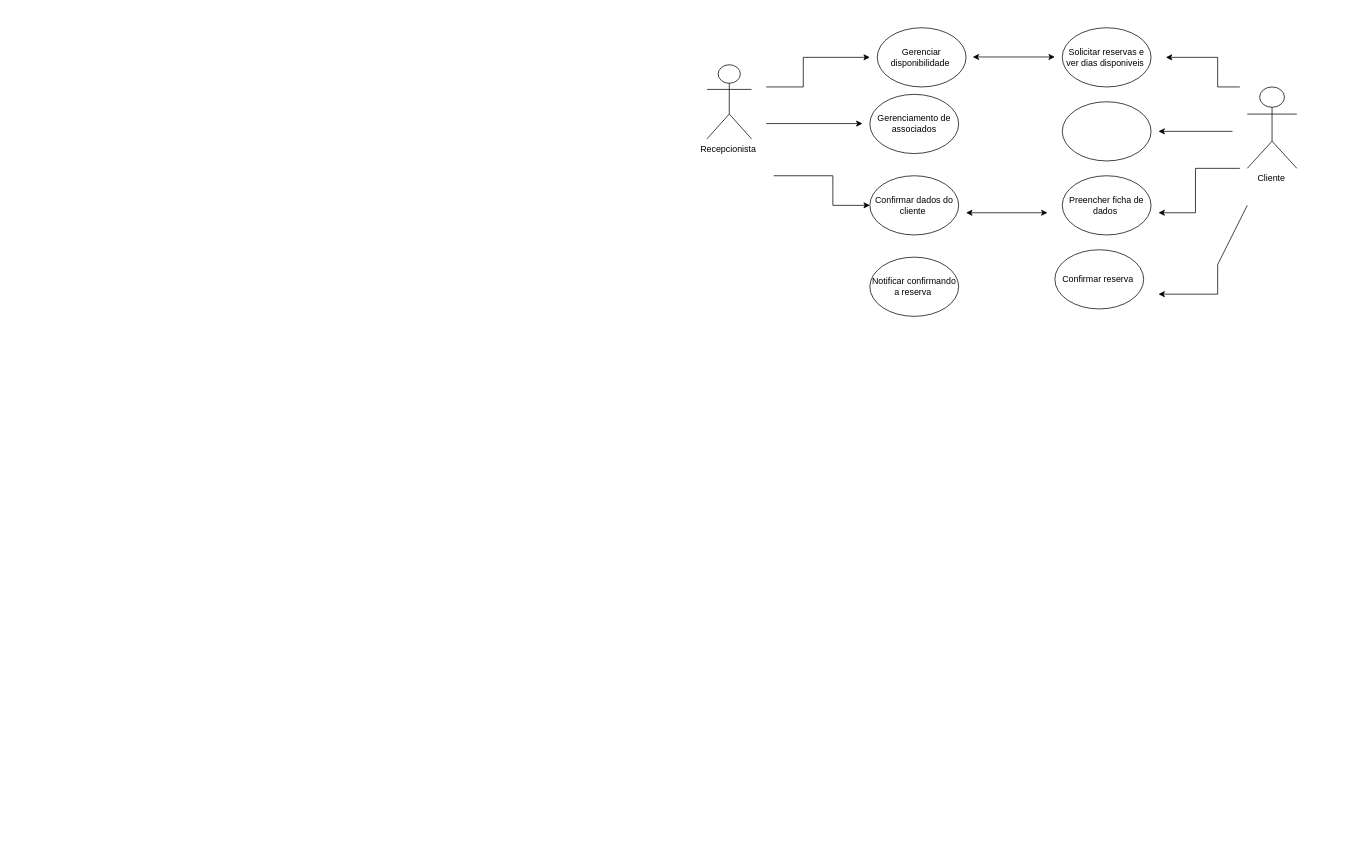
Above: page "Página-3" (3 of 3) of Diagrama aula.drawio in maysa158/diagramasderequisitos (draw.io), before the change. Source tidied: cells renumbered, new cells numbered last; positions are measured from the earlier drawing's top-left corner, leaving out a move shared by most shapes. Both pictures are drawn from the tidied source at 74%, with x=0, y=0 at pixel (707, 27).
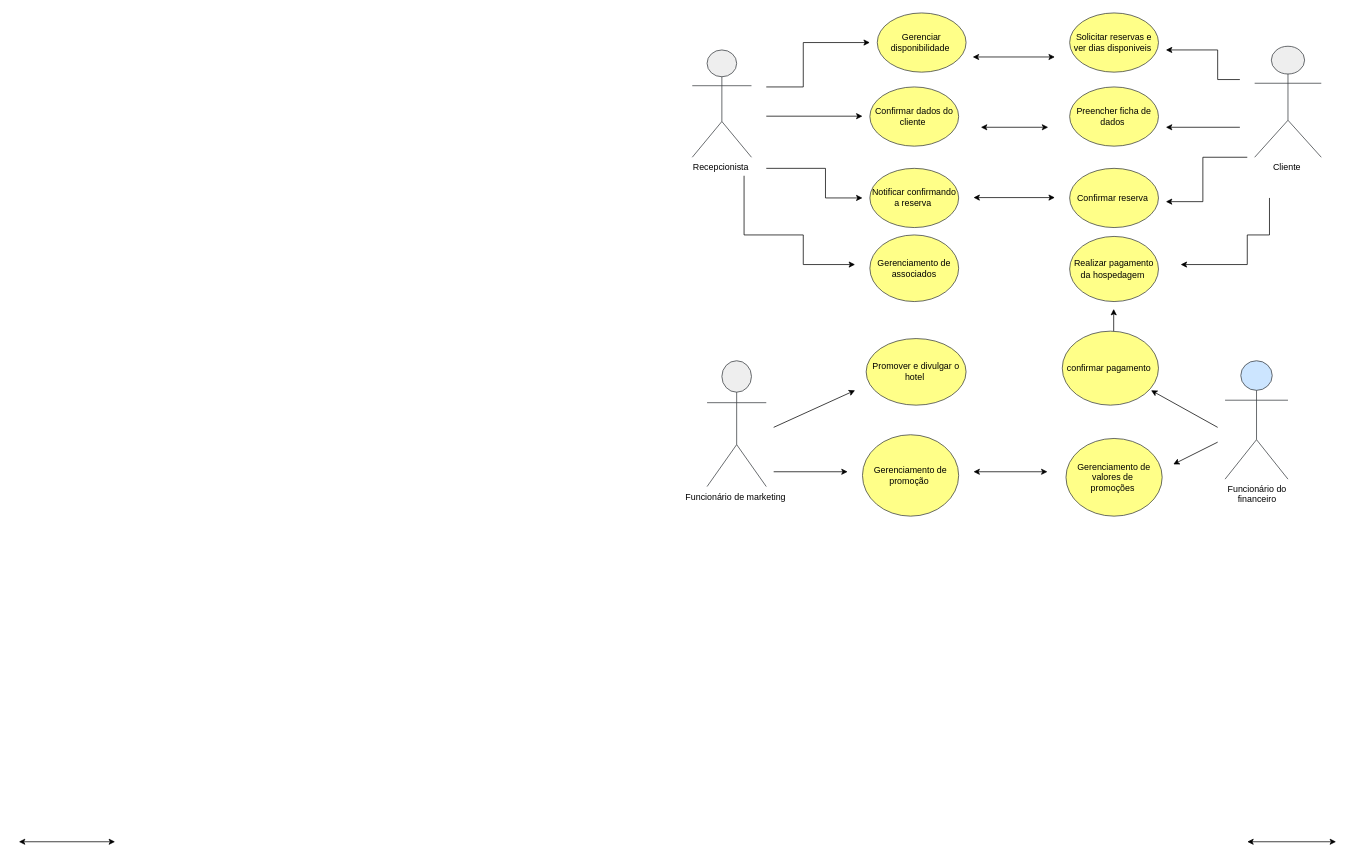
The same diagram, later.

What changed in the source:
```diff
@@
-    <mxCell id="2" value="Recepcionista&amp;nbsp;" style="shape=umlActor;verticalLabelPosition=bottom;verticalAlign=top;html=1;" parent="1" vertex="1">
-      <mxGeometry y="50" width="60" height="100" as="geometry" />
+    <mxCell id="2" value="Recepcionista&amp;nbsp;" style="shape=umlActor;verticalLabelPosition=bottom;verticalAlign=top;html=1;fillColor=#eeeeee;strokeColor=#36393d;" parent="1" vertex="1">
+      <mxGeometry x="-20" y="30" width="80" height="145" as="geometry" />
     </mxCell>
     <mxCell id="3" style="endArrow=classic;html=1;rounded=0;" parent="1" edge="1">
       <mxGeometry relative="1" as="geometry">
         <mxPoint x="80" y="80" as="sourcePoint" />
-        <mxPoint x="220" y="40" as="targetPoint" />
+        <mxPoint x="220" y="20" as="targetPoint" />
         <Array as="points">
           <mxPoint x="130" y="80" />
-          <mxPoint x="130" y="40" />
+          <mxPoint x="130" y="20" />
         </Array>
       </mxGeometry>
     </mxCell>
-    <mxCell id="4" value="Gerenciar disponibilidade&amp;nbsp;" style="ellipse;whiteSpace=wrap;html=1;" parent="1" vertex="1">
-      <mxGeometry x="230" width="120" height="80" as="geometry" />
+    <mxCell id="4" value="Gerenciar disponibilidade&amp;nbsp;" style="ellipse;whiteSpace=wrap;html=1;fillColor=#ffff88;strokeColor=#36393d;" parent="1" vertex="1">
+      <mxGeometry x="230" y="-20" width="120" height="80" as="geometry" />
     </mxCell>
     <mxCell id="5" style="endArrow=classic;html=1;rounded=0;" parent="1" edge="1">
       <mxGeometry relative="1" as="geometry">
-        <mxPoint x="80" y="129.5" as="sourcePoint" />
-        <mxPoint x="210" y="129.5" as="targetPoint" />
+        <mxPoint x="80" y="119.5" as="sourcePoint" />
+        <mxPoint x="210" y="119.5" as="targetPoint" />
       </mxGeometry>
     </mxCell>
-    <mxCell id="6" value="Gerenciamento de associados" style="ellipse;whiteSpace=wrap;html=1;" parent="1" vertex="1">
-      <mxGeometry x="220" y="90" width="120" height="80" as="geometry" />
+    <mxCell id="6" value="Gerenciamento de associados" style="ellipse;whiteSpace=wrap;html=1;fillColor=#ffff88;strokeColor=#36393d;" parent="1" vertex="1">
+      <mxGeometry x="220" y="280" width="120" height="90" as="geometry" />
     </mxCell>
     <mxCell id="7" style="endArrow=classic;html=1;rounded=0;" parent="1" edge="1">
       <mxGeometry relative="1" as="geometry">
-        <mxPoint x="90" y="200" as="sourcePoint" />
-        <mxPoint x="220" y="240" as="targetPoint" />
+        <mxPoint x="80" y="190" as="sourcePoint" />
+        <mxPoint x="210" y="230" as="targetPoint" />
         <Array as="points">
-          <mxPoint x="170" y="200" />
-          <mxPoint x="170" y="240" />
+          <mxPoint x="160" y="190" />
+          <mxPoint x="160" y="230" />
         </Array>
       </mxGeometry>
     </mxCell>
-    <mxCell id="8" value="Confirmar dados do cliente&amp;nbsp;" style="ellipse;whiteSpace=wrap;html=1;" parent="1" vertex="1">
-      <mxGeometry x="220" y="200" width="120" height="80" as="geometry" />
+    <mxCell id="8" value="Confirmar dados do cliente&amp;nbsp;" style="ellipse;whiteSpace=wrap;html=1;fillColor=#ffff88;strokeColor=#36393d;" parent="1" vertex="1">
+      <mxGeometry x="220" y="80" width="120" height="80" as="geometry" />
     </mxCell>
-    <mxCell id="9" value="Cliente&amp;nbsp;" style="shape=umlActor;verticalLabelPosition=bottom;verticalAlign=top;html=1;" parent="1" vertex="1">
-      <mxGeometry x="730" y="80" width="67" height="110" as="geometry" />
+    <mxCell id="9" value="Cliente&amp;nbsp;" style="shape=umlActor;verticalLabelPosition=bottom;verticalAlign=top;html=1;fillColor=#eeeeee;strokeColor=#36393d;" parent="1" vertex="1">
+      <mxGeometry x="740" y="25" width="90" height="150" as="geometry" />
     </mxCell>
     <mxCell id="10" style="endArrow=classic;html=1;rounded=0;" parent="1" edge="1">
       <mxGeometry relative="1" as="geometry">
-        <mxPoint x="720" y="80" as="sourcePoint" />
-        <mxPoint x="620" y="40" as="targetPoint" />
+        <mxPoint x="720" y="70" as="sourcePoint" />
+        <mxPoint x="620" y="30" as="targetPoint" />
         <Array as="points">
-          <mxPoint x="690" y="80" />
-          <mxPoint x="690" y="40" />
+          <mxPoint x="690" y="70" />
+          <mxPoint x="690" y="30" />
         </Array>
       </mxGeometry>
     </mxCell>
-    <mxCell id="11" value="Solicitar reservas e ver dias disponiveis&amp;nbsp;" style="ellipse;whiteSpace=wrap;html=1;" parent="1" vertex="1">
-      <mxGeometry x="480" width="120" height="80" as="geometry" />
+    <mxCell id="11" value="Solicitar reservas e ver dias disponiveis&amp;nbsp;" style="ellipse;whiteSpace=wrap;html=1;fillColor=#ffff88;strokeColor=#36393d;" parent="1" vertex="1">
+      <mxGeometry x="490" y="-20" width="120" height="80" as="geometry" />
     </mxCell>
     <mxCell id="12" style="endArrow=classic;html=1;rounded=0;" parent="1" edge="1">
       <mxGeometry relative="1" as="geometry">
-        <mxPoint x="720" y="190" as="sourcePoint" />
-        <mxPoint x="610" y="250" as="targetPoint" />
+        <mxPoint x="730" y="175" as="sourcePoint" />
+        <mxPoint x="620" y="235" as="targetPoint" />
         <Array as="points">
-          <mxPoint x="660" y="190" />
-          <mxPoint x="660" y="250" />
+          <mxPoint x="670" y="175" />
+          <mxPoint x="670" y="235" />
         </Array>
       </mxGeometry>
     </mxCell>
     <mxCell id="13" style="endArrow=classic;html=1;rounded=0;" parent="1" edge="1">
       <mxGeometry relative="1" as="geometry">
-        <mxPoint x="710" y="140" as="sourcePoint" />
-        <mxPoint x="610" y="140" as="targetPoint" />
+        <mxPoint x="720" y="134.5" as="sourcePoint" />
+        <mxPoint x="620" y="134.5" as="targetPoint" />
       </mxGeometry>
     </mxCell>
-    <mxCell id="14" style="ellipse;whiteSpace=wrap;html=1;" parent="1" vertex="1">
-      <mxGeometry x="480" y="100" width="120" height="80" as="geometry" />
-    </mxCell>
-    <mxCell id="15" value="Preencher ficha de dados&amp;nbsp;" style="ellipse;whiteSpace=wrap;html=1;" parent="1" vertex="1">
-      <mxGeometry x="480" y="200" width="120" height="80" as="geometry" />
+    <mxCell id="15" value="Preencher ficha de dados&amp;nbsp;" style="ellipse;whiteSpace=wrap;html=1;fillColor=#ffff88;strokeColor=#36393d;" parent="1" vertex="1">
+      <mxGeometry x="490" y="80" width="120" height="80" as="geometry" />
     </mxCell>
@@
     <mxCell id="17" style="endArrow=classic;startArrow=classic;html=1;rounded=0;" parent="1" edge="1">
       <mxGeometry relative="1" as="geometry">
-        <mxPoint x="350" y="250" as="sourcePoint" />
-        <mxPoint x="460" y="250" as="targetPoint" />
+        <mxPoint x="360" y="229.5" as="sourcePoint" />
+        <mxPoint x="470" y="229.5" as="targetPoint" />
       </mxGeometry>
     </mxCell>
-    <mxCell id="18" value="Confirmar reserva&amp;nbsp;" style="ellipse;whiteSpace=wrap;html=1;" parent="1" vertex="1">
-      <mxGeometry x="470" y="300" width="120" height="80" as="geometry" />
+    <mxCell id="18" value="Confirmar reserva&amp;nbsp;" style="ellipse;whiteSpace=wrap;html=1;fillColor=#ffff88;strokeColor=#36393d;" parent="1" vertex="1">
+      <mxGeometry x="490" y="190" width="120" height="80" as="geometry" />
     </mxCell>
-    <mxCell id="19" style="endArrow=classic;html=1;rounded=0;" parent="1" edge="1">
-      <mxGeometry relative="1" as="geometry">
-        <mxPoint x="730" y="240" as="sourcePoint" />
-        <mxPoint x="610" y="360" as="targetPoint" />
-        <Array as="points">
-          <mxPoint x="690" y="320" />
-          <mxPoint x="690" y="360" />
-        </Array>
-      </mxGeometry>
-    </mxCell>
-    <mxCell id="20" value="Notificar confirmando a reserva&amp;nbsp;" style="ellipse;whiteSpace=wrap;html=1;" parent="1" vertex="1">
-      <mxGeometry x="220" y="310" width="120" height="80" as="geometry" />
+    <mxCell id="20" value="Notificar confirmando a reserva&amp;nbsp;" style="ellipse;whiteSpace=wrap;html=1;fillColor=#ffff88;strokeColor=#36393d;" parent="1" vertex="1">
+      <mxGeometry x="220" y="190" width="120" height="80" as="geometry" />
     </mxCell>
+    <mxCell id="21" style="endArrow=classic;startArrow=classic;html=1;rounded=0;" parent="1" edge="1">
+      <mxGeometry relative="1" as="geometry">
+        <mxPoint x="370" y="134.5" as="sourcePoint" />
+        <mxPoint x="461" y="134.5" as="targetPoint" />
+      </mxGeometry>
+    </mxCell>
+    <mxCell id="22" style="endArrow=classic;html=1;rounded=0;" parent="1" edge="1">
+      <mxGeometry relative="1" as="geometry">
+        <mxPoint x="50" y="200" as="sourcePoint" />
+        <mxPoint x="200" y="320" as="targetPoint" />
+        <Array as="points">
+          <mxPoint x="50" y="280" />
+          <mxPoint x="130" y="280" />
+          <mxPoint x="130" y="320" />
+        </Array>
+      </mxGeometry>
+    </mxCell>
+    <mxCell id="23" value="Funcionário de marketing&amp;nbsp;" style="shape=umlActor;verticalLabelPosition=bottom;verticalAlign=top;html=1;fillColor=#eeeeee;strokeColor=#36393d;" parent="1" vertex="1">
+      <mxGeometry y="450" width="80" height="170" as="geometry" />
+    </mxCell>
+    <mxCell id="24" value="Funcionário do&lt;div&gt;&amp;nbsp;financeiro&amp;nbsp;&lt;/div&gt;" style="shape=umlActor;verticalLabelPosition=bottom;verticalAlign=top;html=1;fillColor=#cce5ff;strokeColor=#36393d;" parent="1" vertex="1">
+      <mxGeometry x="700" y="450" width="85" height="160" as="geometry" />
+    </mxCell>
+    <mxCell id="25" value="confirmar pagamento&amp;nbsp;" style="ellipse;whiteSpace=wrap;html=1;fillColor=#ffff88;strokeColor=#36393d;" parent="1" vertex="1">
+      <mxGeometry x="480" y="410" width="130" height="100" as="geometry" />
+    </mxCell>
+    <mxCell id="26" style="endArrow=classic;html=1;rounded=0;" parent="1" edge="1">
+      <mxGeometry relative="1" as="geometry">
+        <mxPoint x="690" y="540" as="sourcePoint" />
+        <mxPoint x="600" y="490" as="targetPoint" />
+      </mxGeometry>
+    </mxCell>
+    <mxCell id="27" value="Realizar pagamento da hospedagem&amp;nbsp;" style="ellipse;whiteSpace=wrap;html=1;fillColor=#ffff88;strokeColor=#36393d;" parent="1" vertex="1">
+      <mxGeometry x="490" y="282" width="120" height="88" as="geometry" />
+    </mxCell>
+    <mxCell id="28" style="endArrow=classic;html=1;rounded=0;" parent="1" edge="1">
+      <mxGeometry relative="1" as="geometry">
+        <mxPoint x="549.5" y="410" as="sourcePoint" />
+        <mxPoint x="549.5" y="380" as="targetPoint" />
+      </mxGeometry>
+    </mxCell>
+    <mxCell id="29" style="endArrow=classic;html=1;rounded=0;" parent="1" edge="1">
+      <mxGeometry relative="1" as="geometry">
+        <mxPoint x="760" y="230" as="sourcePoint" />
+        <mxPoint x="640" y="320" as="targetPoint" />
+        <Array as="points">
+          <mxPoint x="760" y="280" />
+          <mxPoint x="730" y="280" />
+          <mxPoint x="730" y="320" />
+        </Array>
+      </mxGeometry>
+    </mxCell>
+    <mxCell id="30" style="endArrow=classic;startArrow=classic;html=1;rounded=0;" parent="1" edge="1">
+      <mxGeometry relative="1" as="geometry">
+        <mxPoint x="730" y="1100" as="sourcePoint" />
+        <mxPoint x="850" y="1100" as="targetPoint" />
+      </mxGeometry>
+    </mxCell>
+    <mxCell id="31" style="endArrow=classic;startArrow=classic;html=1;rounded=0;" parent="1" edge="1">
+      <mxGeometry relative="1" as="geometry">
+        <mxPoint x="-930" y="1100" as="sourcePoint" />
+        <mxPoint x="-800" y="1100" as="targetPoint" />
+      </mxGeometry>
+    </mxCell>
+    <mxCell id="32" style="endArrow=classic;html=1;rounded=0;" parent="1" edge="1">
+      <mxGeometry relative="1" as="geometry">
+        <mxPoint x="90" y="540" as="sourcePoint" />
+        <mxPoint x="200" y="490" as="targetPoint" />
+      </mxGeometry>
+    </mxCell>
+    <mxCell id="33" value="Gerenciamento de promoção&amp;nbsp;" style="ellipse;whiteSpace=wrap;html=1;fillColor=#ffff88;strokeColor=#36393d;" parent="1" vertex="1">
+      <mxGeometry x="210" y="550" width="130" height="110" as="geometry" />
+    </mxCell>
+    <mxCell id="34" value="Gerenciamento de valores de&amp;nbsp;&lt;div&gt;promoções&amp;nbsp;&lt;/div&gt;" style="ellipse;whiteSpace=wrap;html=1;fillColor=#ffff88;strokeColor=#36393d;" parent="1" vertex="1">
+      <mxGeometry x="485" y="555" width="130" height="105" as="geometry" />
+    </mxCell>
+    <mxCell id="35" style="endArrow=classic;html=1;rounded=0;" parent="1" edge="1">
+      <mxGeometry relative="1" as="geometry">
+        <mxPoint x="90" y="600" as="sourcePoint" />
+        <mxPoint x="190" y="600" as="targetPoint" />
+      </mxGeometry>
+    </mxCell>
+    <mxCell id="36" style="endArrow=classic;html=1;rounded=0;" parent="1" edge="1">
+      <mxGeometry relative="1" as="geometry">
+        <mxPoint x="690" y="560" as="sourcePoint" />
+        <mxPoint x="630" y="590" as="targetPoint" />
+      </mxGeometry>
+    </mxCell>
+    <mxCell id="37" style="endArrow=classic;startArrow=classic;html=1;rounded=0;" parent="1" edge="1">
+      <mxGeometry relative="1" as="geometry">
+        <mxPoint x="360" y="600" as="sourcePoint" />
+        <mxPoint x="460" y="600" as="targetPoint" />
+      </mxGeometry>
+    </mxCell>
+    <mxCell id="38" value="Promover e divulgar o hotel&amp;nbsp;" style="ellipse;whiteSpace=wrap;html=1;fillColor=#ffff88;strokeColor=#36393d;" parent="1" vertex="1">
+      <mxGeometry x="215" y="420" width="135" height="90" as="geometry" />
+    </mxCell>
```
